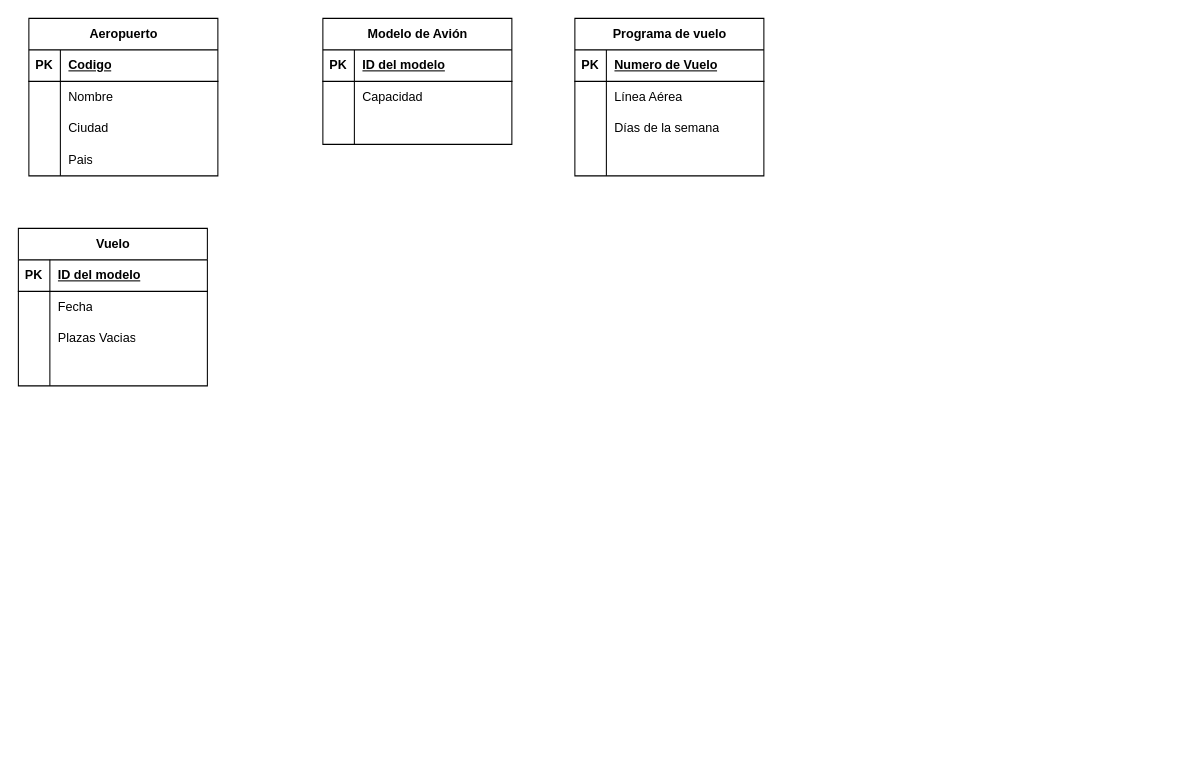
This is page "Página-7" (7 of 7) of UML.drawio from BROC95/JJB_sw, a draw.io file, before an edit. Source tidied: cells renumbered, new cells numbered last; positions are measured from the earlier drawing's top-left corner, leaving out a move shared by most shapes. Both pictures are drawn from the tidied source at 105%, with x=0, y=0 at pixel (18, 18).
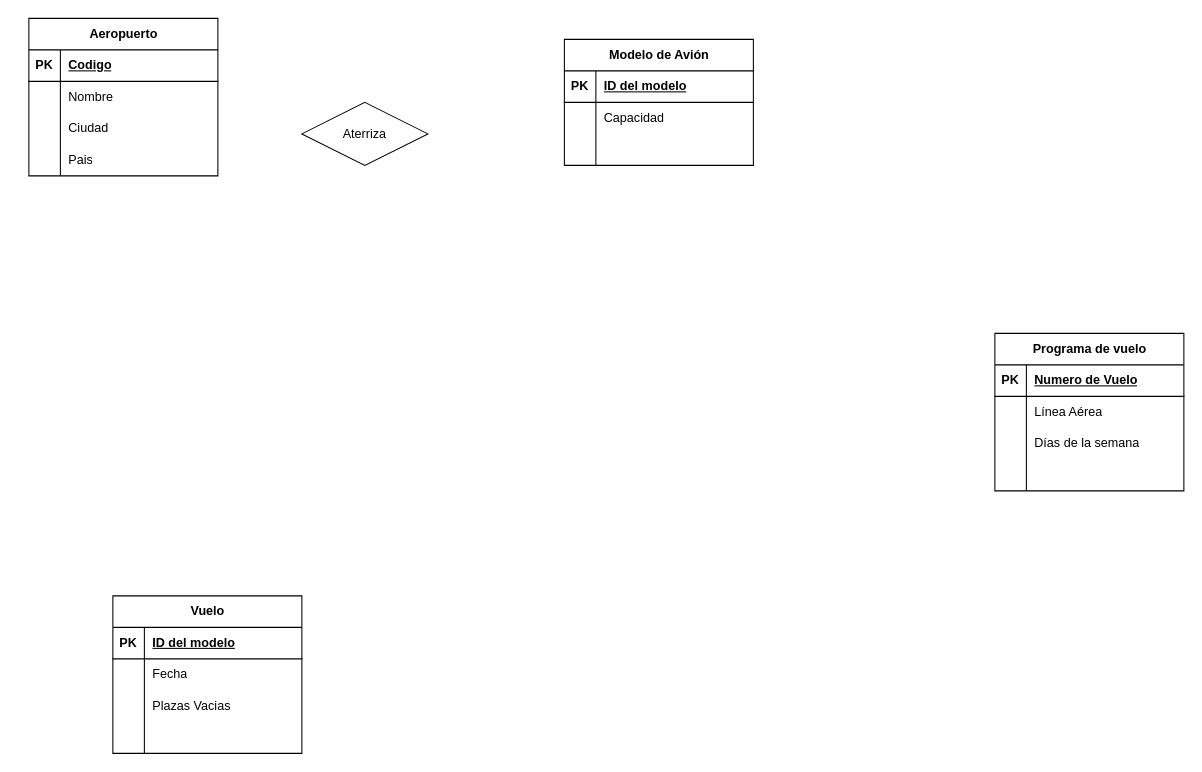
The same page after the edit.

Change to the diagram source:
```diff
@@
     <mxCell id="15" value="Modelo de Avión" style="shape=table;startSize=30;childLayout=tableLayout;rowLines=0;fontStyle=1;align=center;html=1;" parent="1" vertex="1">
-      <mxGeometry x="290" width="180" height="120" as="geometry" />
+      <mxGeometry x="520" y="20" width="180" height="120" as="geometry" />
     </mxCell>
@@
     <mxCell id="25" value="Programa de vuelo" style="shape=table;startSize=30;childLayout=tableLayout;rowLines=0;fontStyle=1;align=center;html=1;" parent="1" vertex="1">
-      <mxGeometry x="530" width="180" height="150" as="geometry" />
+      <mxGeometry x="930" y="300" width="180" height="150" as="geometry" />
     </mxCell>
@@
     <mxCell id="38" value="Vuelo" style="shape=table;startSize=30;childLayout=tableLayout;rowLines=0;fontStyle=1;align=center;html=1;" parent="1" vertex="1">
-      <mxGeometry y="200" width="180" height="150" as="geometry" />
+      <mxGeometry x="90" y="550" width="180" height="150" as="geometry" />
     </mxCell>
@@
+    <mxCell id="51" value="Aterriza" style="shape=rhombus;perimeter=rhombusPerimeter;whiteSpace=wrap;html=1;align=center;" parent="1" vertex="1">
+      <mxGeometry x="270" y="80" width="120" height="60" as="geometry" />
+    </mxCell>
```
